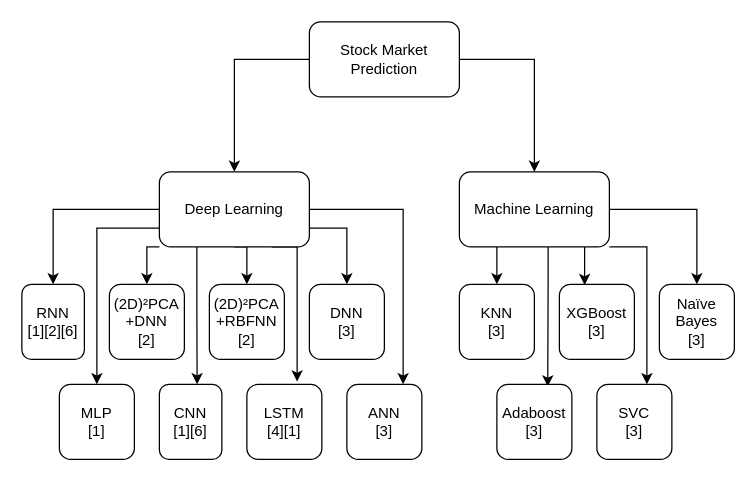
rafaelcanoguitton/Stock-Market-Prediction---Survey keeps this draw.io diagram as Survey/mapita.drawio. Above is the earlier version. Source tidied: cells renumbered, new cells numbered last; positions are measured from the earlier drawing's top-left corner, leaving out a move shared by most shapes. Both pictures are drawn from the tidied source at 125%, with x=0, y=0 at pixel (21, 21).
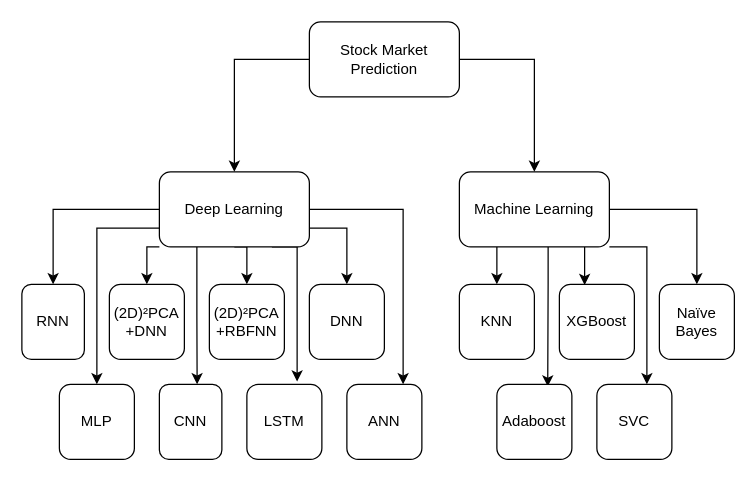
After the change.

Diff of the diagram source:
```diff
@@
-    <mxCell id="20" value="CNN&lt;br&gt;[1][6]" style="rounded=1;whiteSpace=wrap;html=1;" parent="1" vertex="1">
+    <mxCell id="20" value="CNN" style="rounded=1;whiteSpace=wrap;html=1;" parent="1" vertex="1">
       <mxGeometry x="110" y="290" width="50" height="60" as="geometry" />
     </mxCell>
-    <mxCell id="21" value="RNN&lt;br&gt;[1][2][6]" style="rounded=1;whiteSpace=wrap;html=1;" parent="1" vertex="1">
+    <mxCell id="21" value="RNN" style="rounded=1;whiteSpace=wrap;html=1;" parent="1" vertex="1">
       <mxGeometry y="210" width="50" height="60" as="geometry" />
     </mxCell>
-    <mxCell id="22" value="(2D)²PCA +DNN&lt;br&gt;[2]" style="rounded=1;whiteSpace=wrap;html=1;" parent="1" vertex="1">
+    <mxCell id="22" value="(2D)²PCA +DNN" style="rounded=1;whiteSpace=wrap;html=1;" parent="1" vertex="1">
       <mxGeometry x="70" y="210" width="60" height="60" as="geometry" />
     </mxCell>
-    <mxCell id="23" value="(2D)²PCA +RBFNN&lt;br&gt;[2]" style="rounded=1;whiteSpace=wrap;html=1;" parent="1" vertex="1">
+    <mxCell id="23" value="(2D)²PCA +RBFNN" style="rounded=1;whiteSpace=wrap;html=1;" parent="1" vertex="1">
       <mxGeometry x="150" y="210" width="60" height="60" as="geometry" />
     </mxCell>
-    <mxCell id="24" value="DNN&lt;br&gt;[3]" style="rounded=1;whiteSpace=wrap;html=1;" parent="1" vertex="1">
+    <mxCell id="24" value="DNN" style="rounded=1;whiteSpace=wrap;html=1;" parent="1" vertex="1">
       <mxGeometry x="230" y="210" width="60" height="60" as="geometry" />
     </mxCell>
-    <mxCell id="25" value="MLP&lt;br&gt;[1]" style="rounded=1;whiteSpace=wrap;html=1;" parent="1" vertex="1">
+    <mxCell id="25" value="MLP" style="rounded=1;whiteSpace=wrap;html=1;" parent="1" vertex="1">
       <mxGeometry x="30" y="290" width="60" height="60" as="geometry" />
     </mxCell>
-    <mxCell id="26" value="LSTM&lt;br&gt;[4][1]" style="rounded=1;whiteSpace=wrap;html=1;" parent="1" vertex="1">
+    <mxCell id="26" value="LSTM" style="rounded=1;whiteSpace=wrap;html=1;" parent="1" vertex="1">
       <mxGeometry x="180" y="290" width="60" height="60" as="geometry" />
     </mxCell>
-    <mxCell id="27" value="ANN&lt;br&gt;[3]" style="rounded=1;whiteSpace=wrap;html=1;" parent="1" vertex="1">
+    <mxCell id="27" value="ANN" style="rounded=1;whiteSpace=wrap;html=1;" parent="1" vertex="1">
       <mxGeometry x="260" y="290" width="60" height="60" as="geometry" />
     </mxCell>
-    <mxCell id="28" value="KNN&lt;br&gt;[3]" style="rounded=1;whiteSpace=wrap;html=1;" parent="1" vertex="1">
+    <mxCell id="28" value="KNN" style="rounded=1;whiteSpace=wrap;html=1;" parent="1" vertex="1">
       <mxGeometry x="350" y="210" width="60" height="60" as="geometry" />
     </mxCell>
-    <mxCell id="29" value="XGBoost&lt;br&gt;[3]" style="rounded=1;whiteSpace=wrap;html=1;" parent="1" vertex="1">
+    <mxCell id="29" value="XGBoost" style="rounded=1;whiteSpace=wrap;html=1;" parent="1" vertex="1">
       <mxGeometry x="430" y="210" width="60" height="60" as="geometry" />
     </mxCell>
-    <mxCell id="30" value="Adaboost&lt;br&gt;[3]" style="rounded=1;whiteSpace=wrap;html=1;" parent="1" vertex="1">
+    <mxCell id="30" value="Adaboost" style="rounded=1;whiteSpace=wrap;html=1;" parent="1" vertex="1">
       <mxGeometry x="380" y="290" width="60" height="60" as="geometry" />
     </mxCell>
-    <mxCell id="31" value="SVC&lt;br&gt;[3]" style="rounded=1;whiteSpace=wrap;html=1;" parent="1" vertex="1">
+    <mxCell id="31" value="SVC" style="rounded=1;whiteSpace=wrap;html=1;" parent="1" vertex="1">
       <mxGeometry x="460" y="290" width="60" height="60" as="geometry" />
     </mxCell>
-    <mxCell id="32" value="Naïve Bayes&lt;br&gt;[3]" style="rounded=1;whiteSpace=wrap;html=1;" parent="1" vertex="1">
+    <mxCell id="32" value="Naïve Bayes" style="rounded=1;whiteSpace=wrap;html=1;" parent="1" vertex="1">
       <mxGeometry x="510" y="210" width="60" height="60" as="geometry" />
     </mxCell>
```
